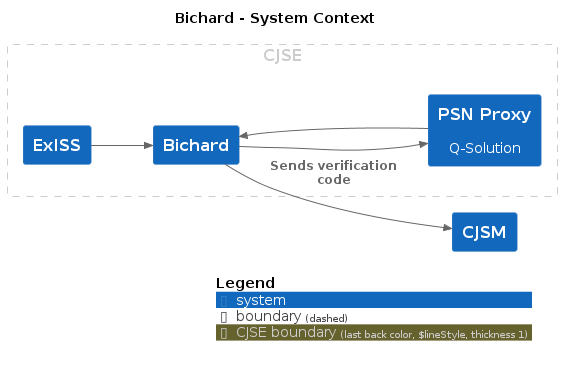
Before: main/png/BichardSystemContext.png, a diagram exported from PlantUML (ministryofjustice/bichard7-next-core).
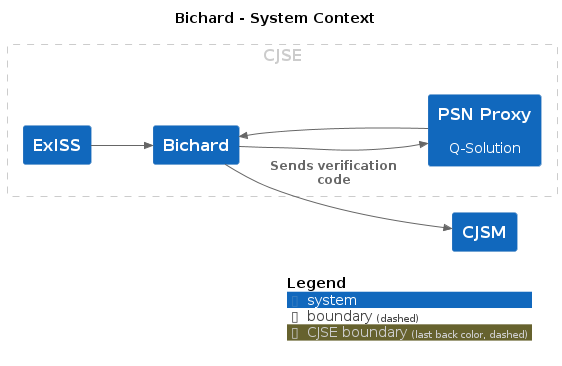
The same diagram one commit later.

The edit, as a diff of the source:
```diff
@@ -7,7 +7,7 @@
 !include <C4/C4>
 !include <C4/C4_Context>
 
-AddBoundaryTag("CJSE", $borderColor="#cccccc", $fontColor="#cccccc", $borderStyle="Dashed", $borderThickness="1")
+AddBoundaryTag("CJSE", $borderColor="#cccccc", $fontColor="#cccccc", $borderStyle="dashed")
 Boundary(group_1, "CJSE", $tags="CJSE") {
   System(Bichard, "Bichard", $descr="", $tags="", $link="")
   System(PSNProxy, "PSN Proxy", $descr="Q-Solution", $tags="", $link="")
```
